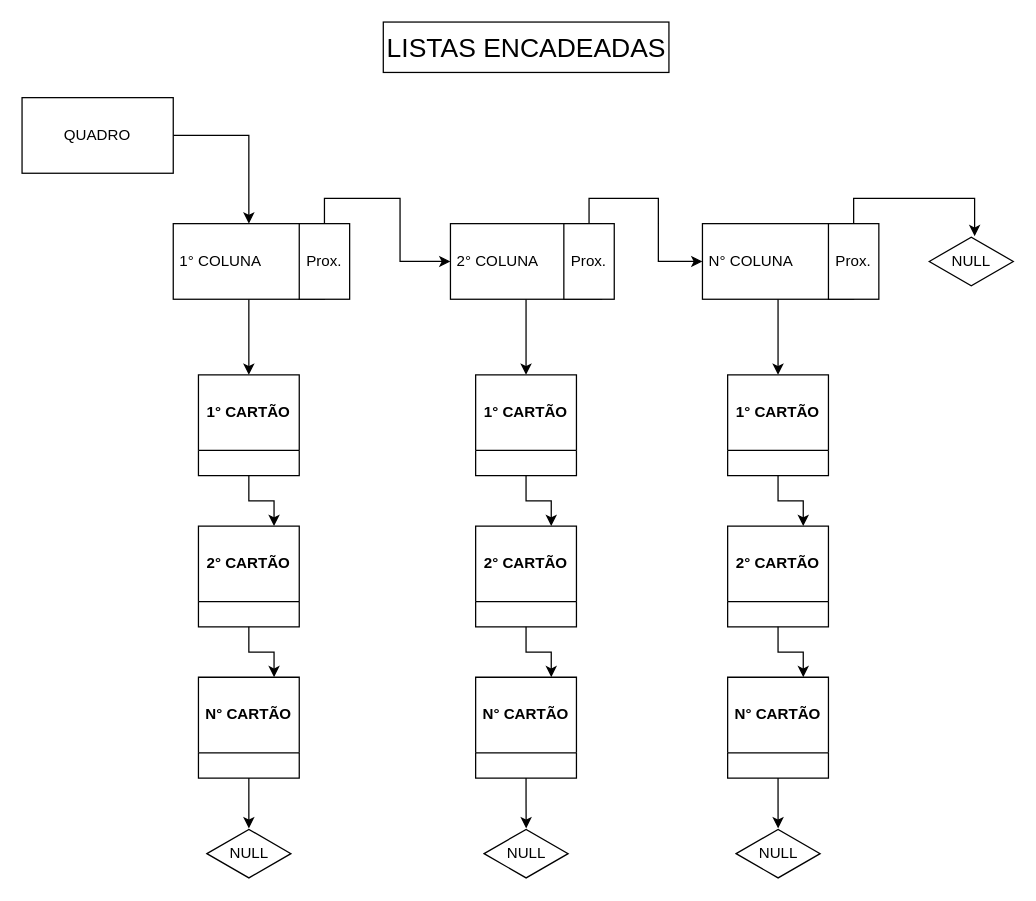
pabloportuga/Project-Organizzer keeps this draw.io diagram as docs/Lista simplesmente encadeadas.drawio. Above is the earlier version. Source tidied: cells renumbered, new cells numbered last; positions are measured from the earlier drawing's top-left corner, leaving out a move shared by most shapes. Both pictures are drawn from the tidied source at 126%, with x=0, y=0 at pixel (21, 21).
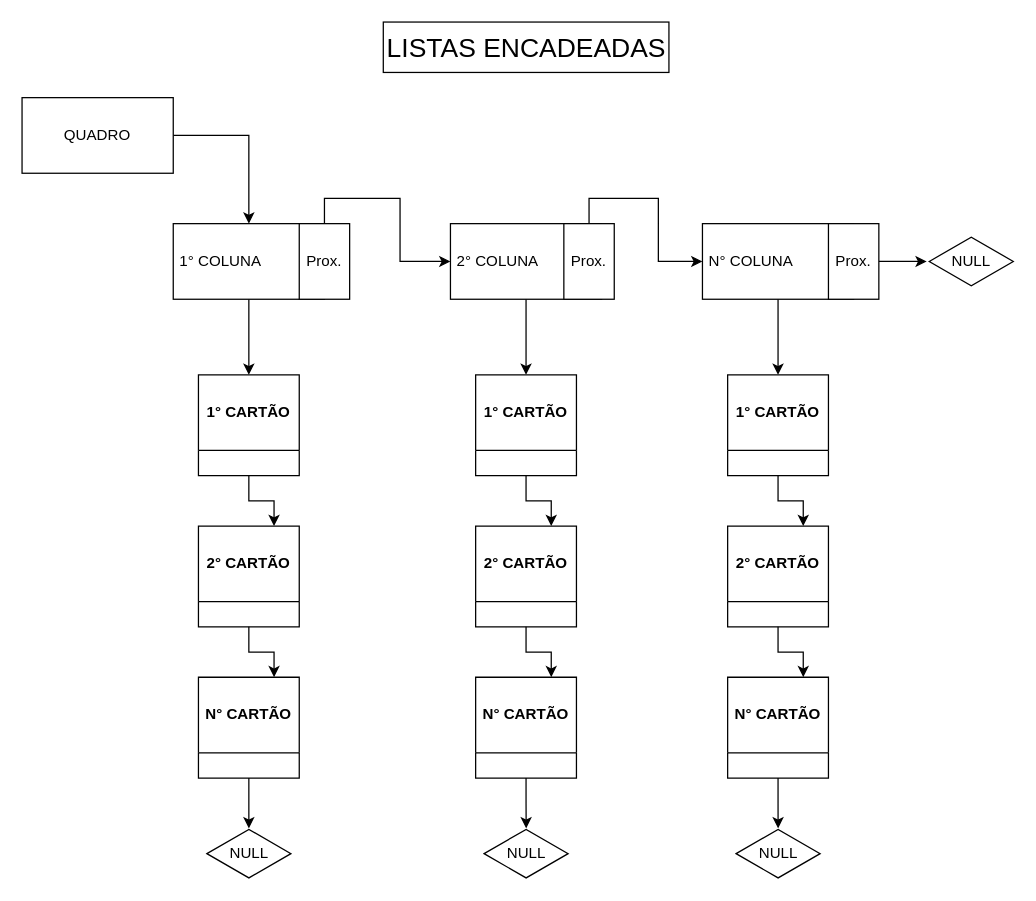
The same diagram, later.

Unchanged cells that the change refers to:
```xml
<mxCell id="18" value="Prox." style="rounded=0;whiteSpace=wrap;html=1;" parent="1" vertex="1">
  <mxGeometry x="640" y="160" width="40" height="60" as="geometry" />
</mxCell>
<mxCell id="19" value="NULL" style="html=1;whiteSpace=wrap;shape=isoRectangle;" parent="1" vertex="1">
  <mxGeometry x="720" y="170" width="66.7" height="40" as="geometry" />
</mxCell>
```

The edit, as a diff of the source:
```diff
@@
-    <mxCell id="17" style="edgeStyle=orthogonalEdgeStyle;rounded=0;jettySize=auto;html=1;exitX=0.5;exitY=0;exitDx=0;exitDy=0;entryX=0.54;entryY=0;entryDx=0;entryDy=0;entryPerimeter=0;" parent="1" edge="1" source="18" target="19">
+    <mxCell id="17" style="edgeStyle=orthogonalEdgeStyle;rounded=0;jettySize=auto;html=1;exitX=1;exitY=0.5;exitDx=0;exitDy=0;entryX=-0.03;entryY=0.5;entryDx=0;entryDy=0;entryPerimeter=0;" parent="1" edge="1" source="18" target="19">
       <mxGeometry relative="1" as="geometry" />
     </mxCell>
```
